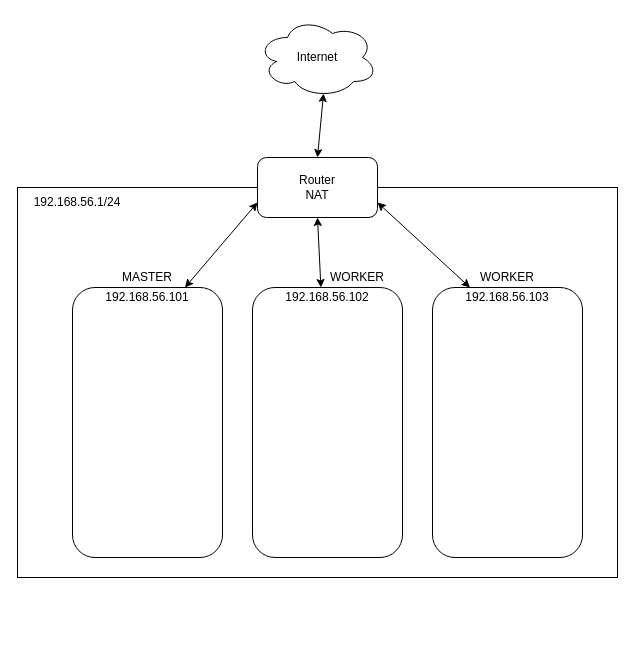
The draw.io diagram docs/kubernetes/docs/k8s-network-setup.drawio in jveverka/microservices-101, before the edit. Source tidied: cells renumbered, new cells numbered last; positions are measured from the earlier drawing's top-left corner, leaving out a move shared by most shapes. Both pictures are drawn from the tidied source at 100%, with x=0, y=0 at pixel (17, 17).
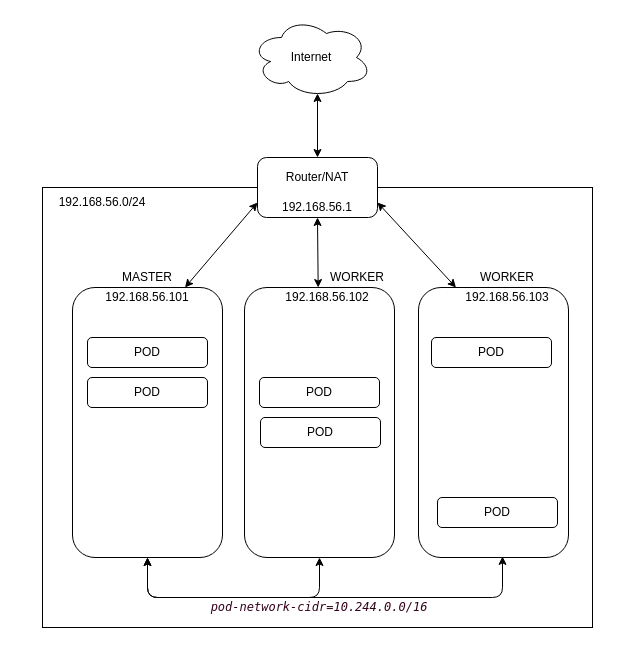
The same diagram, later.

Unchanged cells that the change refers to:
```xml
<mxCell id="7" style="rounded=1;whiteSpace=wrap;html=1;" parent="1" vertex="1">
  <mxGeometry x="55" y="270" width="150" height="270" as="geometry" />
</mxCell>
```

Diff of the diagram source:
```diff
@@
     <mxCell id="2" value="Internet" style="ellipse;shape=cloud;whiteSpace=wrap;html=1;" parent="1" vertex="1">
-      <mxGeometry x="240" width="120" height="80" as="geometry" />
+      <mxGeometry x="234" width="120" height="80" as="geometry" />
     </mxCell>
     <mxCell id="3" style="rounded=0;whiteSpace=wrap;html=1;" parent="1" vertex="1">
-      <mxGeometry y="170" width="600" height="390" as="geometry" />
+      <mxGeometry x="25" y="170" width="550" height="440" as="geometry" />
     </mxCell>
-    <mxCell id="4" value="Router&lt;br&gt;NAT" style="rounded=1;whiteSpace=wrap;html=1;" parent="1" vertex="1">
+    <mxCell id="4" style="rounded=1;whiteSpace=wrap;html=1;" parent="1" vertex="1">
       <mxGeometry x="240" y="140" width="120" height="60" as="geometry" />
     </mxCell>
-    <mxCell id="5" value="192.168.56.1/24" style="text;html=1;strokeColor=none;fillColor=none;align=center;verticalAlign=middle;whiteSpace=wrap;rounded=0;" parent="1" vertex="1">
-      <mxGeometry y="170" width="120" height="30" as="geometry" />
+    <mxCell id="5" value="192.168.56.0/24" style="text;html=1;strokeColor=none;fillColor=none;align=center;verticalAlign=middle;whiteSpace=wrap;rounded=0;" parent="1" vertex="1">
+      <mxGeometry x="25" y="170" width="120" height="30" as="geometry" />
     </mxCell>
@@
     <mxCell id="8" style="rounded=1;whiteSpace=wrap;html=1;" parent="1" vertex="1">
-      <mxGeometry x="235" y="270" width="150" height="270" as="geometry" />
+      <mxGeometry x="227" y="270" width="150" height="270" as="geometry" />
     </mxCell>
     <mxCell id="9" style="rounded=1;whiteSpace=wrap;html=1;" parent="1" vertex="1">
-      <mxGeometry x="415" y="270" width="150" height="270" as="geometry" />
+      <mxGeometry x="401" y="270" width="150" height="270" as="geometry" />
     </mxCell>
@@
+    <mxCell id="19" value="192.168.56.1" style="text;html=1;strokeColor=none;fillColor=none;align=center;verticalAlign=middle;whiteSpace=wrap;rounded=0;" parent="1" vertex="1">
+      <mxGeometry x="250" y="180" width="100" height="20" as="geometry" />
+    </mxCell>
+    <mxCell id="20" value="Router/NAT" style="text;html=1;strokeColor=none;fillColor=none;align=center;verticalAlign=middle;whiteSpace=wrap;rounded=0;" parent="1" vertex="1">
+      <mxGeometry x="260" y="150" width="80" height="20" as="geometry" />
+    </mxCell>
+    <mxCell id="21" style="endArrow=classic;startArrow=classic;html=1;entryX=0.5;entryY=1;entryDx=0;entryDy=0;exitX=0.56;exitY=0.996;exitDx=0;exitDy=0;exitPerimeter=0;" parent="1" edge="1" source="9" target="7">
+      <mxGeometry relative="1" as="geometry">
+        <Array as="points">
+          <mxPoint x="485" y="580" />
+          <mxPoint x="130" y="580" />
+        </Array>
+      </mxGeometry>
+    </mxCell>
+    <mxCell id="22" style="endArrow=classic;startArrow=classic;html=1;entryX=0.5;entryY=1;entryDx=0;entryDy=0;exitX=0.5;exitY=1;exitDx=0;exitDy=0;" parent="1" edge="1" source="7" target="8">
+      <mxGeometry relative="1" as="geometry">
+        <Array as="points">
+          <mxPoint x="130" y="580" />
+          <mxPoint x="302" y="580" />
+        </Array>
+      </mxGeometry>
+    </mxCell>
+    <mxCell id="23" value="&lt;pre style=&quot;background-color: rgb(255 , 255 , 255) ; font-family: &amp;#34;dejavu sans mono&amp;#34; ; font-size: 9pt&quot;&gt;&lt;span style=&quot;font-style: italic&quot;&gt;&lt;font color=&quot;#33001a&quot;&gt;pod-network-cidr=10.244.0.0/16&lt;/font&gt;&lt;/span&gt;&lt;/pre&gt;" style="text;html=1;strokeColor=none;fillColor=none;align=center;verticalAlign=middle;whiteSpace=wrap;rounded=0;" parent="1" vertex="1">
+      <mxGeometry x="157" y="580" width="290" height="20" as="geometry" />
+    </mxCell>
+    <mxCell id="24" value="POD" style="rounded=1;whiteSpace=wrap;html=1;" parent="1" vertex="1">
+      <mxGeometry x="70" y="320" width="120" height="30" as="geometry" />
+    </mxCell>
+    <mxCell id="25" value="POD" style="rounded=1;whiteSpace=wrap;html=1;" parent="1" vertex="1">
+      <mxGeometry x="70" y="360" width="120" height="30" as="geometry" />
+    </mxCell>
+    <mxCell id="26" value="POD" style="rounded=1;whiteSpace=wrap;html=1;" parent="1" vertex="1">
+      <mxGeometry x="242" y="360" width="120" height="30" as="geometry" />
+    </mxCell>
+    <mxCell id="27" value="POD" style="rounded=1;whiteSpace=wrap;html=1;" parent="1" vertex="1">
+      <mxGeometry x="243" y="400" width="120" height="30" as="geometry" />
+    </mxCell>
+    <mxCell id="28" value="POD" style="rounded=1;whiteSpace=wrap;html=1;" parent="1" vertex="1">
+      <mxGeometry x="420" y="480" width="120" height="30" as="geometry" />
+    </mxCell>
+    <mxCell id="29" value="POD" style="rounded=1;whiteSpace=wrap;html=1;" parent="1" vertex="1">
+      <mxGeometry x="414" y="320" width="120" height="30" as="geometry" />
+    </mxCell>
```
